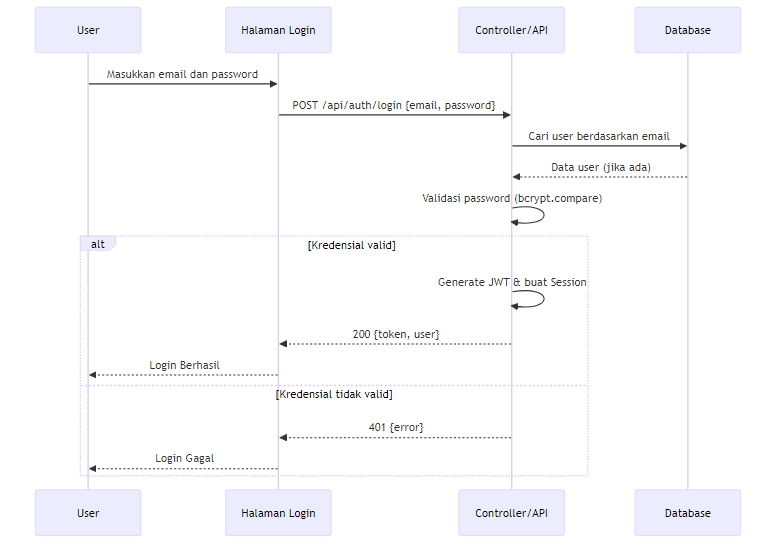
Earlier version of the Mermaid export public/diagrams/seq_login_user.png (QilAqil/PPTB_BQ). Its source is kept beside it as diagrams/seq_login_user.mmd.
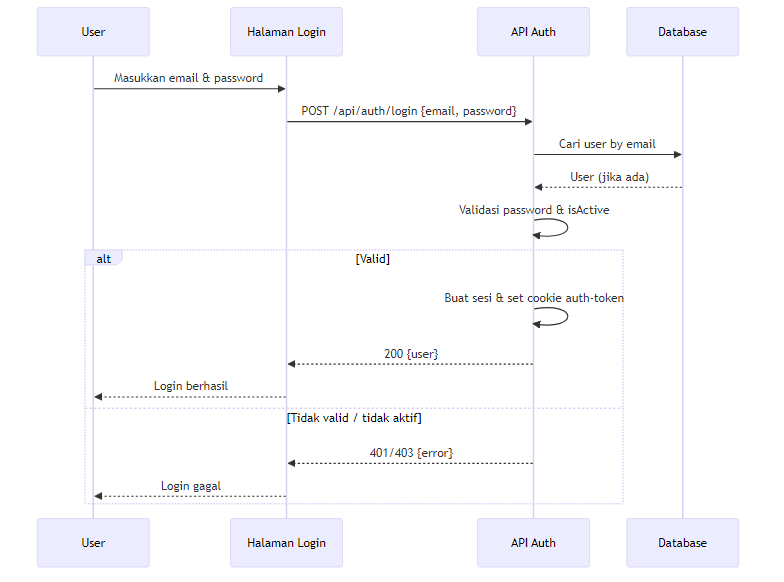
The same diagram one commit later.

Diff of the diagram source:
```diff
@@ -1,20 +1,20 @@
 sequenceDiagram
   participant U as User
   participant UI as Halaman Login
-  participant API as Controller/API
+  participant API as API Auth
   participant DB as Database
 
-  U->>UI: Masukkan email dan password
+  U->>UI: Masukkan email & password
   UI->>API: POST /api/auth/login {email, password}
-  API->>DB: Cari user berdasarkan email
-  DB-->>API: Data user (jika ada)
-  API->>API: Validasi password (bcrypt.compare)
+  API->>DB: Cari user by email
+  DB-->>API: User (jika ada)
+  API->>API: Validasi password & isActive
 
-  alt Kredensial valid
-    API->>API: Generate JWT & buat Session
-    API-->>UI: 200 {token, user}
-    UI-->>U: Login Berhasil
-  else Kredensial tidak valid
-    API-->>UI: 401 {error}
-    UI-->>U: Login Gagal
+  alt Valid
+    API->>API: Buat sesi & set cookie auth-token
+    API-->>UI: 200 {user}
+    UI-->>U: Login berhasil
+  else Tidak valid / tidak aktif
+    API-->>UI: 401/403 {error}
+    UI-->>U: Login gagal
   end
```
